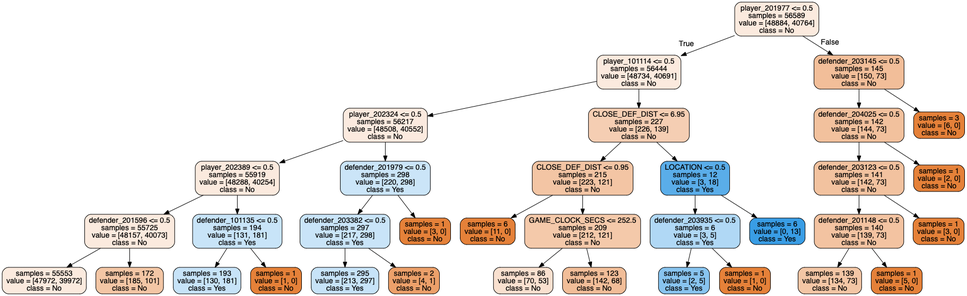
Before: forest_tree_new3.png, a diagram exported from Graphviz (tianyi5309/303project). Its source is kept beside it as forest_tree_new3.dot.
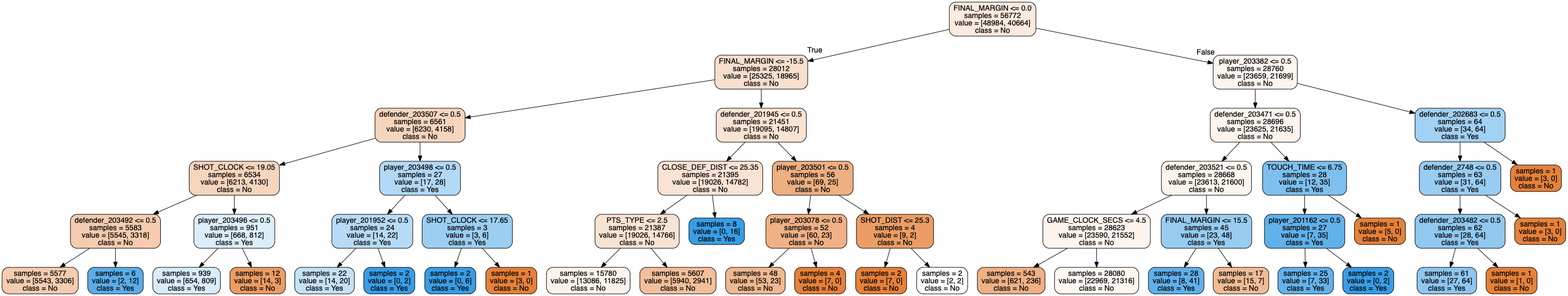
The same file after the commit.

Change to the diagram source:
```diff
@@ -1,73 +1,105 @@
 digraph Tree {
 node [shape=box, style="filled, rounded", color="black", fontname=helvetica] ;
 edge [fontname=helvetica] ;
-0 [label="player_201977 <= 0.5\nsamples = 56589\nvalue = [48884, 40764]\nclass = No", fillcolor="#fbeade"] ;
-1 [label="player_101114 <= 0.5\nsamples = 56444\nvalue = [48734, 40691]\nclass = No", fillcolor="#fbeade"] ;
+0 [label="FINAL_MARGIN <= 0.0\nsamples = 56772\nvalue = [48984, 40664]\nclass = No", fillcolor="#fbeadd"] ;
+1 [label="FINAL_MARGIN <= -15.5\nsamples = 28012\nvalue = [25325, 18965]\nclass = No", fillcolor="#f8dfcd"] ;
 0 -> 1 [labeldistance=2.5, labelangle=45, headlabel="True"] ;
-2 [label="player_202324 <= 0.5\nsamples = 56217\nvalue = [48508, 40552]\nclass = No", fillcolor="#fbeadf"] ;
+2 [label="defender_203507 <= 0.5\nsamples = 6561\nvalue = [6230, 4158]\nclass = No", fillcolor="#f6d5bd"] ;
 1 -> 2 ;
-3 [label="player_202389 <= 0.5\nsamples = 55919\nvalue = [48288, 40254]\nclass = No", fillcolor="#fbeade"] ;
+3 [label="SHOT_CLOCK <= 19.05\nsamples = 6534\nvalue = [6213, 4130]\nclass = No", fillcolor="#f6d5bd"] ;
 2 -> 3 ;
-4 [label="defender_201596 <= 0.5\nsamples = 55725\nvalue = [48157, 40073]\nclass = No", fillcolor="#fbeade"] ;
+4 [label="defender_203492 <= 0.5\nsamples = 5583\nvalue = [5545, 3318]\nclass = No", fillcolor="#f5ccaf"] ;
 3 -> 4 ;
-5 [label="samples = 55553\nvalue = [47972, 39972]\nclass = No", fillcolor="#fbeade"] ;
+5 [label="samples = 5577\nvalue = [5543, 3306]\nclass = No", fillcolor="#f5ccaf"] ;
 4 -> 5 ;
-6 [label="samples = 172\nvalue = [185, 101]\nclass = No", fillcolor="#f3c6a5"] ;
+6 [label="samples = 6\nvalue = [2, 12]\nclass = Yes", fillcolor="#5aade9"] ;
 4 -> 6 ;
-7 [label="defender_101135 <= 0.5\nsamples = 194\nvalue = [131, 181]\nclass = Yes", fillcolor="#c8e4f8"] ;
+7 [label="player_203496 <= 0.5\nsamples = 951\nvalue = [668, 812]\nclass = Yes", fillcolor="#dceefa"] ;
 3 -> 7 ;
-8 [label="samples = 193\nvalue = [130, 181]\nclass = Yes", fillcolor="#c7e3f8"] ;
+8 [label="samples = 939\nvalue = [654, 809]\nclass = Yes", fillcolor="#d9ecfa"] ;
 7 -> 8 ;
-9 [label="samples = 1\nvalue = [1, 0]\nclass = No", fillcolor="#e58139"] ;
+9 [label="samples = 12\nvalue = [14, 3]\nclass = No", fillcolor="#eb9c63"] ;
 7 -> 9 ;
-10 [label="defender_201979 <= 0.5\nsamples = 298\nvalue = [220, 298]\nclass = Yes", fillcolor="#cbe5f8"] ;
+10 [label="player_203498 <= 0.5\nsamples = 27\nvalue = [17, 28]\nclass = Yes", fillcolor="#b1d8f5"] ;
 2 -> 10 ;
-11 [label="defender_203382 <= 0.5\nsamples = 297\nvalue = [217, 298]\nclass = Yes", fillcolor="#c9e4f8"] ;
+11 [label="player_201952 <= 0.5\nsamples = 24\nvalue = [14, 22]\nclass = Yes", fillcolor="#b7dbf6"] ;
 10 -> 11 ;
-12 [label="samples = 295\nvalue = [213, 297]\nclass = Yes", fillcolor="#c7e3f8"] ;
+12 [label="samples = 22\nvalue = [14, 20]\nclass = Yes", fillcolor="#c4e2f7"] ;
 11 -> 12 ;
-13 [label="samples = 2\nvalue = [4, 1]\nclass = No", fillcolor="#eca06a"] ;
+13 [label="samples = 2\nvalue = [0, 2]\nclass = Yes", fillcolor="#399de5"] ;
 11 -> 13 ;
-14 [label="samples = 1\nvalue = [3, 0]\nclass = No", fillcolor="#e58139"] ;
+14 [label="SHOT_CLOCK <= 17.65\nsamples = 3\nvalue = [3, 6]\nclass = Yes", fillcolor="#9ccef2"] ;
 10 -> 14 ;
-15 [label="CLOSE_DEF_DIST <= 6.95\nsamples = 227\nvalue = [226, 139]\nclass = No", fillcolor="#f5ceb3"] ;
-1 -> 15 ;
-16 [label="CLOSE_DEF_DIST <= 0.95\nsamples = 215\nvalue = [223, 121]\nclass = No", fillcolor="#f3c5a4"] ;
-15 -> 16 ;
-17 [label="samples = 6\nvalue = [11, 0]\nclass = No", fillcolor="#e58139"] ;
-16 -> 17 ;
-18 [label="GAME_CLOCK_SECS <= 252.5\nsamples = 209\nvalue = [212, 121]\nclass = No", fillcolor="#f4c9aa"] ;
-16 -> 18 ;
-19 [label="samples = 86\nvalue = [70, 53]\nclass = No", fillcolor="#f9e0cf"] ;
+15 [label="samples = 2\nvalue = [0, 6]\nclass = Yes", fillcolor="#399de5"] ;
+14 -> 15 ;
+16 [label="samples = 1\nvalue = [3, 0]\nclass = No", fillcolor="#e58139"] ;
+14 -> 16 ;
+17 [label="defender_201945 <= 0.5\nsamples = 21451\nvalue = [19095, 14807]\nclass = No", fillcolor="#f9e3d3"] ;
+1 -> 17 ;
+18 [label="CLOSE_DEF_DIST <= 25.35\nsamples = 21395\nvalue = [19026, 14782]\nclass = No", fillcolor="#f9e3d3"] ;
+17 -> 18 ;
+19 [label="PTS_TYPE <= 2.5\nsamples = 21387\nvalue = [19026, 14766]\nclass = No", fillcolor="#f9e3d3"] ;
 18 -> 19 ;
-20 [label="samples = 123\nvalue = [142, 68]\nclass = No", fillcolor="#f1bd98"] ;
-18 -> 20 ;
-21 [label="LOCATION <= 0.5\nsamples = 12\nvalue = [3, 18]\nclass = Yes", fillcolor="#5aade9"] ;
-15 -> 21 ;
-22 [label="defender_203935 <= 0.5\nsamples = 6\nvalue = [3, 5]\nclass = Yes", fillcolor="#b0d8f5"] ;
-21 -> 22 ;
-23 [label="samples = 5\nvalue = [2, 5]\nclass = Yes", fillcolor="#88c4ef"] ;
-22 -> 23 ;
-24 [label="samples = 1\nvalue = [1, 0]\nclass = No", fillcolor="#e58139"] ;
-22 -> 24 ;
-25 [label="samples = 6\nvalue = [0, 13]\nclass = Yes", fillcolor="#399de5"] ;
-21 -> 25 ;
-26 [label="defender_203145 <= 0.5\nsamples = 145\nvalue = [150, 73]\nclass = No", fillcolor="#f2be99"] ;
-0 -> 26 [labeldistance=2.5, labelangle=-45, headlabel="False"] ;
-27 [label="defender_204025 <= 0.5\nsamples = 142\nvalue = [144, 73]\nclass = No", fillcolor="#f2c19d"] ;
-26 -> 27 ;
-28 [label="defender_203123 <= 0.5\nsamples = 141\nvalue = [142, 73]\nclass = No", fillcolor="#f2c29f"] ;
+20 [label="samples = 15780\nvalue = [13086, 11825]\nclass = No", fillcolor="#fcf3ec"] ;
+19 -> 20 ;
+21 [label="samples = 5607\nvalue = [5940, 2941]\nclass = No", fillcolor="#f2bf9b"] ;
+19 -> 21 ;
+22 [label="samples = 8\nvalue = [0, 16]\nclass = Yes", fillcolor="#399de5"] ;
+18 -> 22 ;
+23 [label="player_203501 <= 0.5\nsamples = 56\nvalue = [69, 25]\nclass = No", fillcolor="#eeaf81"] ;
+17 -> 23 ;
+24 [label="player_203078 <= 0.5\nsamples = 52\nvalue = [60, 23]\nclass = No", fillcolor="#efb185"] ;
+23 -> 24 ;
+25 [label="samples = 48\nvalue = [53, 23]\nclass = No", fillcolor="#f0b88f"] ;
+24 -> 25 ;
+26 [label="samples = 4\nvalue = [7, 0]\nclass = No", fillcolor="#e58139"] ;
+24 -> 26 ;
+27 [label="SHOT_DIST <= 25.3\nsamples = 4\nvalue = [9, 2]\nclass = No", fillcolor="#eb9d65"] ;
+23 -> 27 ;
+28 [label="samples = 2\nvalue = [7, 0]\nclass = No", fillcolor="#e58139"] ;
 27 -> 28 ;
-29 [label="defender_201148 <= 0.5\nsamples = 140\nvalue = [139, 73]\nclass = No", fillcolor="#f3c3a1"] ;
-28 -> 29 ;
-30 [label="samples = 139\nvalue = [134, 73]\nclass = No", fillcolor="#f3c6a5"] ;
-29 -> 30 ;
-31 [label="samples = 1\nvalue = [5, 0]\nclass = No", fillcolor="#e58139"] ;
-29 -> 31 ;
-32 [label="samples = 1\nvalue = [3, 0]\nclass = No", fillcolor="#e58139"] ;
-28 -> 32 ;
-33 [label="samples = 1\nvalue = [2, 0]\nclass = No", fillcolor="#e58139"] ;
-27 -> 33 ;
-34 [label="samples = 3\nvalue = [6, 0]\nclass = No", fillcolor="#e58139"] ;
-26 -> 34 ;
+29 [label="samples = 2\nvalue = [2, 2]\nclass = No", fillcolor="#ffffff"] ;
+27 -> 29 ;
+30 [label="player_203382 <= 0.5\nsamples = 28760\nvalue = [23659, 21699]\nclass = No", fillcolor="#fdf5ef"] ;
+0 -> 30 [labeldistance=2.5, labelangle=-45, headlabel="False"] ;
+31 [label="defender_203471 <= 0.5\nsamples = 28696\nvalue = [23625, 21635]\nclass = No", fillcolor="#fdf4ee"] ;
+30 -> 31 ;
+32 [label="defender_203521 <= 0.5\nsamples = 28668\nvalue = [23613, 21600]\nclass = No", fillcolor="#fdf4ee"] ;
+31 -> 32 ;
+33 [label="GAME_CLOCK_SECS <= 4.5\nsamples = 28623\nvalue = [23590, 21552]\nclass = No", fillcolor="#fdf4ee"] ;
+32 -> 33 ;
+34 [label="samples = 543\nvalue = [621, 236]\nclass = No", fillcolor="#efb184"] ;
+33 -> 34 ;
+35 [label="samples = 28080\nvalue = [22969, 21316]\nclass = No", fillcolor="#fdf6f1"] ;
+33 -> 35 ;
+36 [label="FINAL_MARGIN <= 15.5\nsamples = 45\nvalue = [23, 48]\nclass = Yes", fillcolor="#98ccf1"] ;
+32 -> 36 ;
+37 [label="samples = 28\nvalue = [8, 41]\nclass = Yes", fillcolor="#60b0ea"] ;
+36 -> 37 ;
+38 [label="samples = 17\nvalue = [15, 7]\nclass = No", fillcolor="#f1bc95"] ;
+36 -> 38 ;
+39 [label="TOUCH_TIME <= 6.75\nsamples = 28\nvalue = [12, 35]\nclass = Yes", fillcolor="#7dbfee"] ;
+31 -> 39 ;
+40 [label="player_201162 <= 0.5\nsamples = 27\nvalue = [7, 35]\nclass = Yes", fillcolor="#61b1ea"] ;
+39 -> 40 ;
+41 [label="samples = 25\nvalue = [7, 33]\nclass = Yes", fillcolor="#63b2eb"] ;
+40 -> 41 ;
+42 [label="samples = 2\nvalue = [0, 2]\nclass = Yes", fillcolor="#399de5"] ;
+40 -> 42 ;
+43 [label="samples = 1\nvalue = [5, 0]\nclass = No", fillcolor="#e58139"] ;
+39 -> 43 ;
+44 [label="defender_202683 <= 0.5\nsamples = 64\nvalue = [34, 64]\nclass = Yes", fillcolor="#a2d1f3"] ;
+30 -> 44 ;
+45 [label="defender_2748 <= 0.5\nsamples = 63\nvalue = [31, 64]\nclass = Yes", fillcolor="#99ccf2"] ;
+44 -> 45 ;
+46 [label="defender_203482 <= 0.5\nsamples = 62\nvalue = [28, 64]\nclass = Yes", fillcolor="#90c8f0"] ;
+45 -> 46 ;
+47 [label="samples = 61\nvalue = [27, 64]\nclass = Yes", fillcolor="#8dc6f0"] ;
+46 -> 47 ;
+48 [label="samples = 1\nvalue = [1, 0]\nclass = No", fillcolor="#e58139"] ;
+46 -> 48 ;
+49 [label="samples = 1\nvalue = [3, 0]\nclass = No", fillcolor="#e58139"] ;
+45 -> 49 ;
+50 [label="samples = 1\nvalue = [3, 0]\nclass = No", fillcolor="#e58139"] ;
+44 -> 50 ;
 }
```
